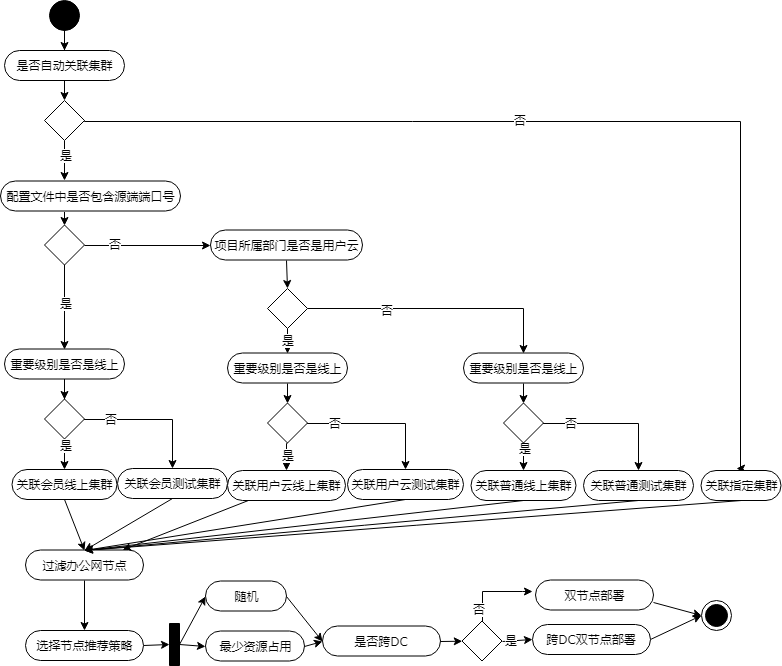
Above: pictures/auto/4-10_resource_recommend_activity_diagram.png in shawn520/storage (draw.io), before the change. Source tidied: cells renumbered, new cells last; positions are measured from the earlier drawing's top-left corner, leaving out a move shared by most shapes.
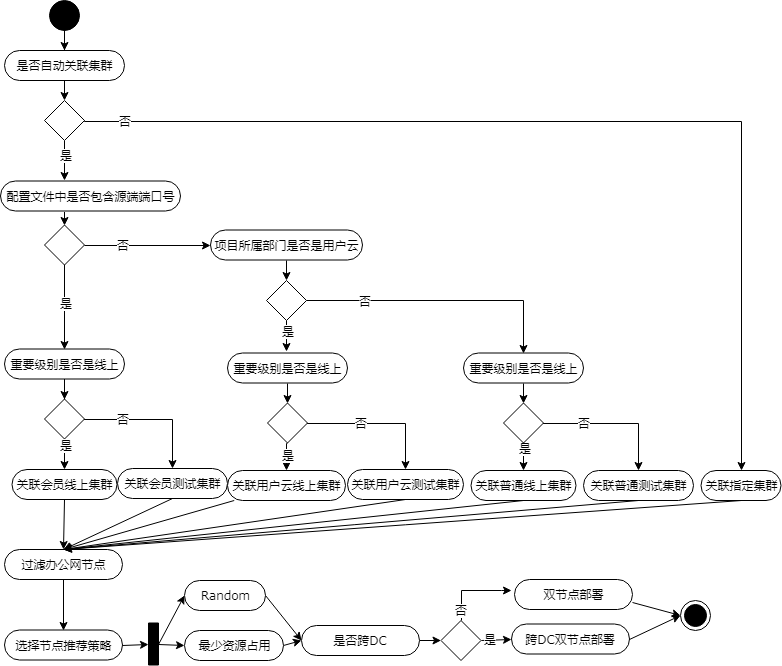
The same diagram one commit later.

Commit message:
add node recommend

The edit, as a diff of the source:
```diff
@@ -20,15 +20,18 @@
     <mxCell id="7" value="是" style="text;html=1;align=center;verticalAlign=middle;labelBackgroundColor=#ffffff;" parent="6" vertex="1">
       <mxGeometry x="-0.3" y="1" relative="1" as="geometry" />
     </mxCell>
-    <mxCell id="8" style="edgeStyle=orthogonalEdgeStyle;rounded=0;jettySize=auto;html=1;exitX=1;exitY=0.5;exitDx=0;exitDy=0;entryX=0.442;entryY=-0.067;entryDx=0;entryDy=0;entryPerimeter=0;" parent="1" edge="1" source="10" target="13">
+    <mxCell id="8" style="edgeStyle=orthogonalEdgeStyle;rounded=0;jettySize=auto;html=1;exitX=1;exitY=0.5;exitDx=0;exitDy=0;entryX=0.5;entryY=0;entryDx=0;entryDy=0;" parent="1" edge="1" source="10" target="13">
       <mxGeometry relative="1" as="geometry">
         <Array as="points">
-          <mxPoint x="740" y="120.5" />
+          <mxPoint x="84" y="121" />
+          <mxPoint x="741" y="121" />
         </Array>
       </mxGeometry>
     </mxCell>
     <mxCell id="9" value="否" style="text;html=1;align=center;verticalAlign=middle;labelBackgroundColor=#ffffff;" parent="8" vertex="1">
-      <mxGeometry x="-0.13" y="2" relative="1" as="geometry" />
+      <mxGeometry x="-0.13" y="2" relative="1" as="geometry">
+        <mxPoint x="-395" y="1" as="offset" />
+      </mxGeometry>
     </mxCell>
     <mxCell id="10" style="rhombus;whiteSpace=wrap;html=1;fontSize=18;" parent="1" vertex="1">
       <mxGeometry x="44" y="100" width="40" height="40" as="geometry" />
@@ -52,7 +55,9 @@
       <mxGeometry relative="1" as="geometry" />
     </mxCell>
     <mxCell id="17" value="否" style="text;html=1;align=center;verticalAlign=middle;labelBackgroundColor=#ffffff;" parent="16" vertex="1">
-      <mxGeometry x="-0.53" y="2" relative="1" as="geometry" />
+      <mxGeometry x="-0.53" y="2" relative="1" as="geometry">
+        <mxPoint x="8" y="1.5" as="offset" />
+      </mxGeometry>
     </mxCell>
     <mxCell id="18" style="edgeStyle=orthogonalEdgeStyle;rounded=0;jettySize=auto;html=1;entryX=0.5;entryY=0;entryDx=0;entryDy=0;" parent="1" edge="1" source="19" target="39">
       <mxGeometry relative="1" as="geometry" />
@@ -84,22 +89,29 @@
     <mxCell id="27" value="项目所属部门是否是用户云" style="rounded=1;whiteSpace=wrap;html=1;shadow=0;comic=0;labelBackgroundColor=none;strokeColor=#000000;strokeWidth=1;fillColor=#ffffff;fontFamily=Verdana;fontSize=12;fontColor=#000000;align=center;arcSize=50;" parent="1" vertex="1">
       <mxGeometry x="210" y="229.5" width="152" height="30" as="geometry" />
     </mxCell>
-    <mxCell id="28" style="edgeStyle=orthogonalEdgeStyle;rounded=0;jettySize=auto;html=1;entryX=0.5;entryY=0;entryDx=0;entryDy=0;" parent="1" edge="1" source="32" target="34">
-      <mxGeometry relative="1" as="geometry" />
+    <mxCell id="28" style="edgeStyle=orthogonalEdgeStyle;rounded=0;jettySize=auto;html=1;" parent="1" edge="1" source="32">
+      <mxGeometry relative="1" as="geometry">
+        <mxPoint x="286" y="351" as="targetPoint" />
+        <Array as="points">
+          <mxPoint x="286" y="351" />
+        </Array>
+      </mxGeometry>
     </mxCell>
     <mxCell id="29" value="是" style="text;html=1;align=center;verticalAlign=middle;labelBackgroundColor=#ffffff;" parent="28" vertex="1">
       <mxGeometry x="-0.24" y="1" relative="1" as="geometry">
-        <mxPoint x="1" y="-7.5" as="offset" />
+        <mxPoint y="-2" as="offset" />
       </mxGeometry>
     </mxCell>
     <mxCell id="30" style="edgeStyle=orthogonalEdgeStyle;rounded=0;jettySize=auto;html=1;entryX=0.5;entryY=0;entryDx=0;entryDy=0;" parent="1" edge="1" source="32" target="36">
       <mxGeometry relative="1" as="geometry" />
     </mxCell>
     <mxCell id="31" value="否" style="text;html=1;align=center;verticalAlign=middle;labelBackgroundColor=#ffffff;" parent="30" vertex="1">
-      <mxGeometry x="-0.39" y="-1" relative="1" as="geometry" />
+      <mxGeometry x="-0.39" y="-1" relative="1" as="geometry">
+        <mxPoint x="-24" y="-1" as="offset" />
+      </mxGeometry>
     </mxCell>
     <mxCell id="32" style="rhombus;whiteSpace=wrap;html=1;fontSize=18;" parent="1" vertex="1">
-      <mxGeometry x="267" y="288" width="40" height="40" as="geometry" />
+      <mxGeometry x="266" y="280" width="40" height="40" as="geometry" />
     </mxCell>
     <mxCell id="33" style="edgeStyle=none;rounded=0;jettySize=auto;html=1;exitX=0.5;exitY=1;exitDx=0;exitDy=0;entryX=0.5;entryY=0;entryDx=0;entryDy=0;" parent="1" edge="1" source="34" target="54">
       <mxGeometry relative="1" as="geometry" />
@@ -117,7 +129,9 @@
       <mxGeometry relative="1" as="geometry" />
     </mxCell>
     <mxCell id="38" value="否" style="text;html=1;align=center;verticalAlign=middle;labelBackgroundColor=#ffffff;" parent="37" vertex="1">
-      <mxGeometry x="-0.61" y="1" relative="1" as="geometry" />
+      <mxGeometry x="-0.61" y="1" relative="1" as="geometry">
+        <mxPoint x="11.5" y="0.5" as="offset" />
+      </mxGeometry>
     </mxCell>
     <mxCell id="39" style="rhombus;whiteSpace=wrap;html=1;fontSize=18;" parent="1" vertex="1">
       <mxGeometry x="44" y="398.5" width="40" height="40" as="geometry" />
@@ -138,7 +152,7 @@
         <mxPoint y="7" as="offset" />
       </mxGeometry>
     </mxCell>
-    <mxCell id="44" style="edgeStyle=none;rounded=0;jettySize=auto;html=1;" parent="1" edge="1" source="45" target="47">
+    <mxCell id="44" style="edgeStyle=none;rounded=0;jettySize=auto;html=1;entryX=0.5;entryY=0;entryDx=0;entryDy=0;" parent="1" edge="1" source="45" target="47">
       <mxGeometry relative="1" as="geometry" />
     </mxCell>
     <mxCell id="45" value="关联用户云线上集群" style="rounded=1;whiteSpace=wrap;html=1;shadow=0;comic=0;labelBackgroundColor=none;strokeColor=#000000;strokeWidth=1;fillColor=#ffffff;fontFamily=Verdana;fontSize=12;fontColor=#000000;align=center;arcSize=50;" parent="1" vertex="1">
@@ -148,13 +162,13 @@
       <mxGeometry relative="1" as="geometry" />
     </mxCell>
     <mxCell id="47" value="过滤办公网节点" style="rounded=1;whiteSpace=wrap;html=1;shadow=0;comic=0;labelBackgroundColor=none;strokeColor=#000000;strokeWidth=1;fillColor=#ffffff;fontFamily=Verdana;fontSize=12;fontColor=#000000;align=center;arcSize=50;" parent="1" vertex="1">
-      <mxGeometry x="25" y="549.5" width="118" height="30" as="geometry" />
+      <mxGeometry x="4" y="549" width="118" height="30" as="geometry" />
     </mxCell>
     <mxCell id="48" style="edgeStyle=none;rounded=0;jettySize=auto;html=1;exitX=1;exitY=0.5;exitDx=0;exitDy=0;" parent="1" edge="1" source="49" target="68">
       <mxGeometry relative="1" as="geometry" />
     </mxCell>
     <mxCell id="49" value="是否跨DC" style="rounded=1;whiteSpace=wrap;html=1;shadow=0;comic=0;labelBackgroundColor=none;strokeColor=#000000;strokeWidth=1;fillColor=#ffffff;fontFamily=Verdana;fontSize=12;fontColor=#000000;align=center;arcSize=50;" parent="1" vertex="1">
-      <mxGeometry x="322" y="625.5" width="118" height="30" as="geometry" />
+      <mxGeometry x="301" y="625" width="118" height="30" as="geometry" />
     </mxCell>
     <mxCell id="50" style="edgeStyle=none;rounded=0;jettySize=auto;html=1;exitX=0.5;exitY=1;exitDx=0;exitDy=0;entryX=0.5;entryY=0;entryDx=0;entryDy=0;" parent="1" edge="1" source="51" target="47">
       <mxGeometry relative="1" as="geometry" />
@@ -166,7 +180,9 @@
       <mxGeometry relative="1" as="geometry" />
     </mxCell>
     <mxCell id="53" value="否" style="text;html=1;align=center;verticalAlign=middle;labelBackgroundColor=#ffffff;" parent="52" vertex="1">
-      <mxGeometry x="-0.61" y="1" relative="1" as="geometry" />
+      <mxGeometry x="-0.61" y="1" relative="1" as="geometry">
+        <mxPoint x="25.5" y="0.5" as="offset" />
+      </mxGeometry>
     </mxCell>
     <mxCell id="54" style="rhombus;whiteSpace=wrap;html=1;fontSize=18;" parent="1" vertex="1">
       <mxGeometry x="267" y="402.5" width="40" height="40" as="geometry" />
@@ -193,7 +209,9 @@
       <mxGeometry relative="1" as="geometry" />
     </mxCell>
     <mxCell id="62" value="否" style="text;html=1;align=center;verticalAlign=middle;labelBackgroundColor=#ffffff;" parent="61" vertex="1">
-      <mxGeometry x="-0.61" y="1" relative="1" as="geometry" />
+      <mxGeometry x="-0.61" y="1" relative="1" as="geometry">
+        <mxPoint x="12.5" y="0.5" as="offset" />
+      </mxGeometry>
     </mxCell>
     <mxCell id="63" style="rhombus;whiteSpace=wrap;html=1;fontSize=18;" parent="1" vertex="1">
       <mxGeometry x="503" y="402.5" width="40" height="40" as="geometry" />
@@ -206,30 +224,32 @@
     </mxCell>
     <mxCell id="66" style="edgeStyle=orthogonalEdgeStyle;rounded=0;jettySize=auto;html=1;exitX=0.5;exitY=0;exitDx=0;exitDy=0;" parent="1" edge="1" source="68">
       <mxGeometry relative="1" as="geometry">
-        <mxPoint x="532" y="590.5" as="targetPoint" />
+        <mxPoint x="511" y="590" as="targetPoint" />
         <Array as="points">
-          <mxPoint x="482" y="590.5" />
-          <mxPoint x="522" y="590.5" />
+          <mxPoint x="461" y="590" />
+          <mxPoint x="501" y="590" />
         </Array>
       </mxGeometry>
     </mxCell>
     <mxCell id="67" value="否" style="text;html=1;align=center;verticalAlign=middle;labelBackgroundColor=#ffffff;" parent="66" vertex="1">
-      <mxGeometry x="-0.67" y="4" relative="1" as="geometry" />
+      <mxGeometry x="-0.67" y="4" relative="1" as="geometry">
+        <mxPoint x="3.5" y="2" as="offset" />
+      </mxGeometry>
     </mxCell>
     <mxCell id="68" style="rhombus;whiteSpace=wrap;html=1;fontSize=18;" parent="1" vertex="1">
-      <mxGeometry x="461.5" y="620.5" width="40" height="40" as="geometry" />
+      <mxGeometry x="440.5" y="620" width="40" height="40" as="geometry" />
     </mxCell>
     <mxCell id="69" style="rounded=0;jettySize=auto;html=1;exitX=1;exitY=0.5;exitDx=0;exitDy=0;entryX=0;entryY=0.5;entryDx=0;entryDy=0;" parent="1" edge="1" source="70" target="82">
       <mxGeometry relative="1" as="geometry" />
     </mxCell>
     <mxCell id="70" value="跨DC双节点部署" style="rounded=1;whiteSpace=wrap;html=1;shadow=0;comic=0;labelBackgroundColor=none;strokeColor=#000000;strokeWidth=1;fillColor=#ffffff;fontFamily=Verdana;fontSize=12;fontColor=#000000;align=center;arcSize=50;" parent="1" vertex="1">
-      <mxGeometry x="532" y="624" width="118" height="30" as="geometry" />
+      <mxGeometry x="511" y="623.5" width="118" height="30" as="geometry" />
     </mxCell>
     <mxCell id="71" style="edgeStyle=none;rounded=0;jettySize=auto;html=1;exitX=1;exitY=0.75;exitDx=0;exitDy=0;entryX=0;entryY=0.5;entryDx=0;entryDy=0;" parent="1" edge="1" source="72" target="82">
       <mxGeometry relative="1" as="geometry" />
     </mxCell>
     <mxCell id="72" value="双节点部署" style="rounded=1;whiteSpace=wrap;html=1;shadow=0;comic=0;labelBackgroundColor=none;strokeColor=#000000;strokeWidth=1;fillColor=#ffffff;fontFamily=Verdana;fontSize=12;fontColor=#000000;align=center;arcSize=50;" parent="1" vertex="1">
-      <mxGeometry x="535" y="579.5" width="118" height="30" as="geometry" />
+      <mxGeometry x="514" y="579" width="118" height="30" as="geometry" />
     </mxCell>
     <mxCell id="73" style="edgeStyle=none;rounded=0;jettySize=auto;html=1;exitX=0.5;exitY=0;exitDx=0;exitDy=0;entryX=0;entryY=0.5;entryDx=0;entryDy=0;" parent="1" edge="1" source="75" target="79">
       <mxGeometry relative="1" as="geometry" />
@@ -238,28 +258,28 @@
       <mxGeometry relative="1" as="geometry" />
     </mxCell>
     <mxCell id="75" style="whiteSpace=wrap;html=1;rounded=0;shadow=0;comic=0;labelBackgroundColor=none;strokeColor=#000000;strokeWidth=1;fillColor=#000000;fontFamily=Verdana;fontSize=12;fontColor=#000000;align=center;rotation=90;" parent="1" vertex="1">
-      <mxGeometry x="153" y="639" width="42" height="10" as="geometry" />
+      <mxGeometry x="132" y="638.5" width="42" height="10" as="geometry" />
     </mxCell>
     <mxCell id="76" style="edgeStyle=none;rounded=0;jettySize=auto;html=1;exitX=1;exitY=0.5;exitDx=0;exitDy=0;entryX=0;entryY=0.5;entryDx=0;entryDy=0;" parent="1" edge="1" source="77" target="49">
       <mxGeometry relative="1" as="geometry" />
     </mxCell>
     <mxCell id="77" value="最少资源占用" style="rounded=1;whiteSpace=wrap;html=1;shadow=0;comic=0;labelBackgroundColor=none;strokeColor=#000000;strokeWidth=1;fillColor=#ffffff;fontFamily=Verdana;fontSize=12;fontColor=#000000;align=center;arcSize=50;" parent="1" vertex="1">
-      <mxGeometry x="205" y="630.5" width="99" height="30" as="geometry" />
+      <mxGeometry x="184" y="630" width="99" height="30" as="geometry" />
     </mxCell>
     <mxCell id="78" style="edgeStyle=none;rounded=0;jettySize=auto;html=1;exitX=1;exitY=0.5;exitDx=0;exitDy=0;entryX=0;entryY=0.5;entryDx=0;entryDy=0;" parent="1" edge="1" source="79" target="49">
       <mxGeometry relative="1" as="geometry" />
     </mxCell>
-    <mxCell id="79" value="随机" style="rounded=1;whiteSpace=wrap;html=1;shadow=0;comic=0;labelBackgroundColor=none;strokeColor=#000000;strokeWidth=1;fillColor=#ffffff;fontFamily=Verdana;fontSize=12;fontColor=#000000;align=center;arcSize=50;" parent="1" vertex="1">
-      <mxGeometry x="205" y="580.5" width="81" height="30" as="geometry" />
+    <mxCell id="79" value="Random" style="rounded=1;whiteSpace=wrap;html=1;shadow=0;comic=0;labelBackgroundColor=none;strokeColor=#000000;strokeWidth=1;fillColor=#ffffff;fontFamily=Verdana;fontSize=12;fontColor=#000000;align=center;arcSize=50;" parent="1" vertex="1">
+      <mxGeometry x="184" y="580" width="81" height="30" as="geometry" />
     </mxCell>
     <mxCell id="80" style="edgeStyle=none;rounded=0;jettySize=auto;html=1;exitX=1;exitY=0.5;exitDx=0;exitDy=0;entryX=0.5;entryY=1;entryDx=0;entryDy=0;" parent="1" edge="1" source="81" target="75">
       <mxGeometry relative="1" as="geometry" />
     </mxCell>
     <mxCell id="81" value="选择节点推荐策略" style="rounded=1;whiteSpace=wrap;html=1;shadow=0;comic=0;labelBackgroundColor=none;strokeColor=#000000;strokeWidth=1;fillColor=#ffffff;fontFamily=Verdana;fontSize=12;fontColor=#000000;align=center;arcSize=50;" parent="1" vertex="1">
-      <mxGeometry x="25" y="630" width="118" height="30" as="geometry" />
+      <mxGeometry x="4" y="629.5" width="118" height="30" as="geometry" />
     </mxCell>
     <mxCell id="82" style="ellipse;html=1;shape=endState;fillColor=#000000;strokeColor=#000000;fontSize=18;" parent="1" vertex="1">
-      <mxGeometry x="700.5" y="600" width="30" height="30" as="geometry" />
+      <mxGeometry x="679.5" y="599.5" width="30" height="30" as="geometry" />
     </mxCell>
   </root>
 </mxGraphModel>
```
